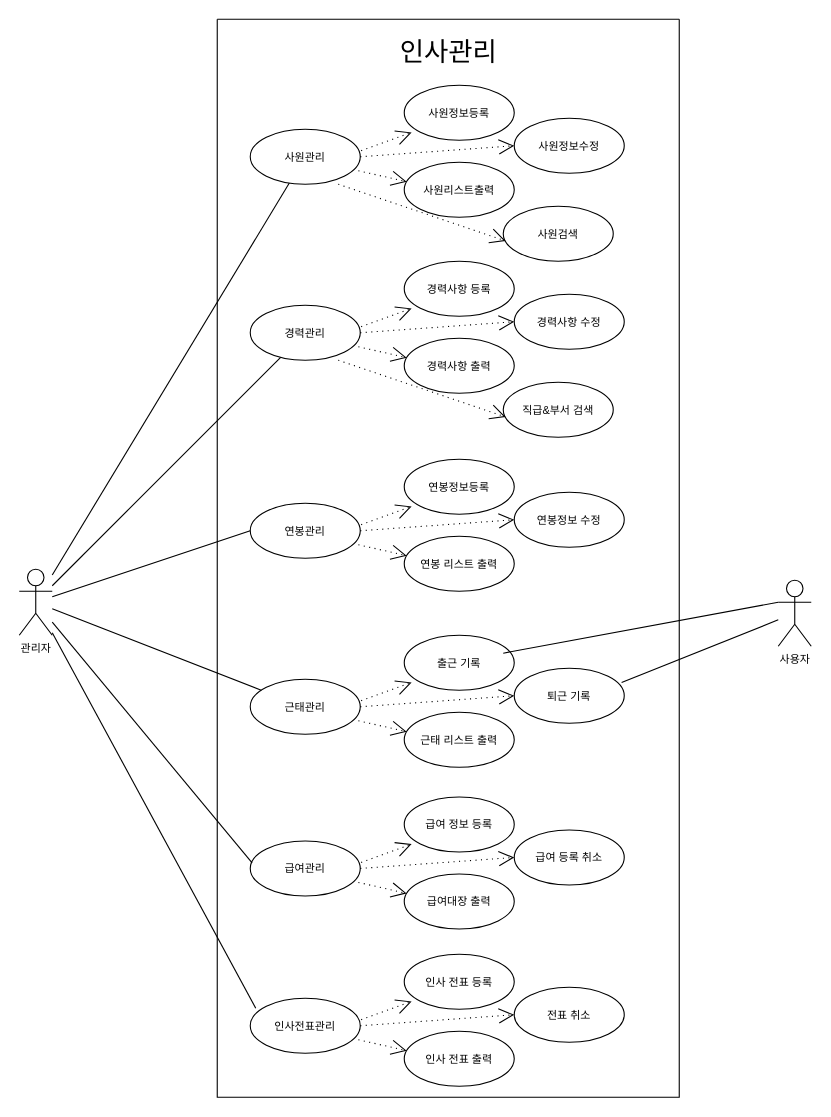
Yeongwookang/SSFMS keeps this draw.io diagram as page "페이지-2" (2 of 2) of 제목 없는 다이어그램.drawio. Above is the earlier version. Source tidied: cells renumbered, new cells numbered last; positions are measured from the earlier drawing's top-left corner, leaving out a move shared by most shapes. Both pictures are drawn from the tidied source at 110%, with x=0, y=0 at pixel (19, 19).
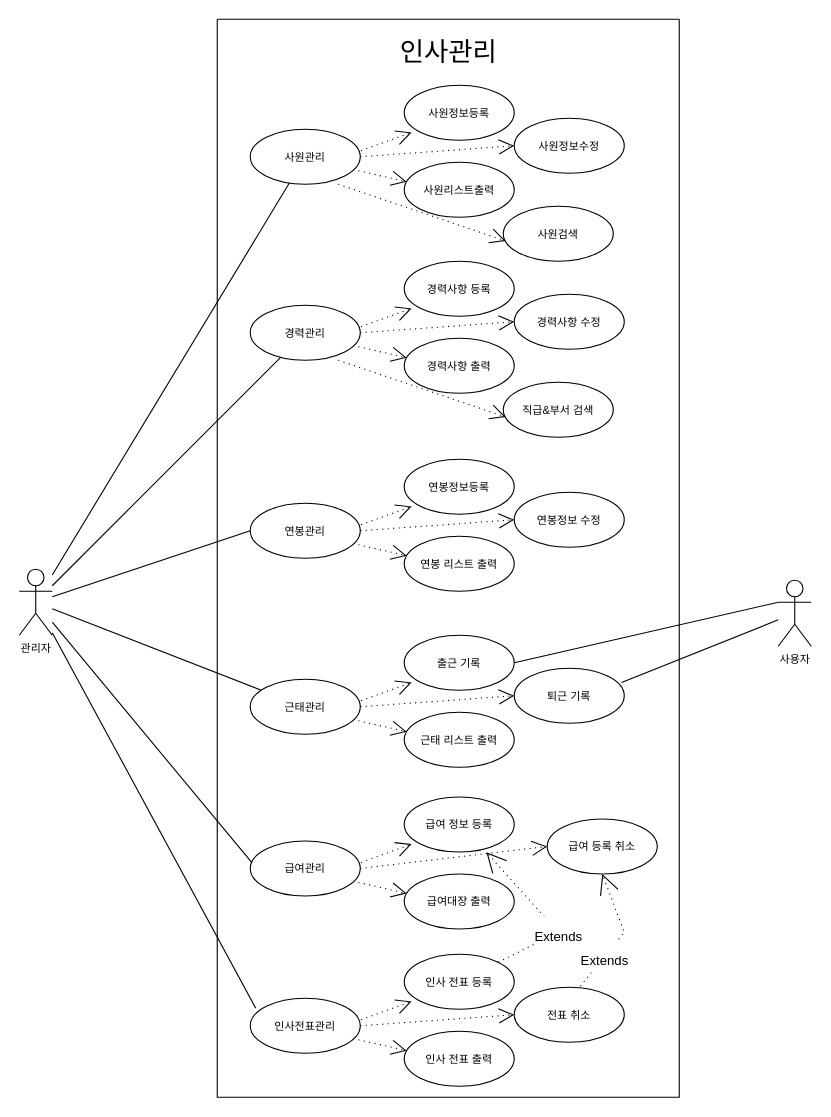
The same diagram, later.

Commit message:
제목 없는 다이어그램.drawio 업데이트

Unchanged cells that the change refers to:
```xml
<mxCell id="3" value="사용자" style="shape=umlActor;verticalLabelPosition=bottom;verticalAlign=top;html=1;outlineConnect=0;fontSize=10;" parent="1" vertex="1">
  <mxGeometry x="690" y="510" width="30" height="60" as="geometry" />
</mxCell>
<mxCell id="4" style="swimlane;startSize=0;fontSize=10;fontStyle=0;" parent="1" vertex="1">
  <mxGeometry x="180" width="420" height="980" as="geometry" />
</mxCell>
<mxCell id="32" value="출근 기록" style="ellipse;whiteSpace=wrap;html=1;fontSize=10;" parent="4" vertex="1">
  <mxGeometry x="170" y="560" width="100" height="50" as="geometry" />
</mxCell>
<mxCell id="39" value="급여 정보 등록" style="ellipse;whiteSpace=wrap;html=1;fontSize=10;" parent="4" vertex="1">
  <mxGeometry x="170" y="707" width="100" height="50" as="geometry" />
</mxCell>
<mxCell id="46" value="인사 전표 등록" style="ellipse;whiteSpace=wrap;html=1;fontSize=10;" parent="4" vertex="1">
  <mxGeometry x="170" y="850" width="100" height="50" as="geometry" />
</mxCell>
<mxCell id="47" value="전표 취소" style="ellipse;whiteSpace=wrap;html=1;fontSize=10;" parent="4" vertex="1">
  <mxGeometry x="270" y="880" width="100" height="50" as="geometry" />
</mxCell>
```

Diff of the diagram source:
```diff
@@
     <mxCell id="40" value="급여 등록 취소" style="ellipse;whiteSpace=wrap;html=1;fontSize=10;" parent="4" vertex="1">
-      <mxGeometry x="270" y="737" width="100" height="50" as="geometry" />
+      <mxGeometry x="300" y="727" width="100" height="50" as="geometry" />
     </mxCell>
@@
-    <mxCell id="52" style="endArrow=none;endFill=0;endSize=12;html=1;rounded=0;entryX=0;entryY=0.3333333333333333;entryDx=0;entryDy=0;entryPerimeter=0;" parent="4" edge="1" target="3">
-      <mxGeometry relative="1" as="geometry">
-        <mxPoint x="260" y="576.3" as="sourcePoint" />
-      </mxGeometry>
-    </mxCell>
+    <mxCell id="60" value="&lt;font style=&quot;font-size: 12px;&quot;&gt;Extends&lt;/font&gt;" style="endArrow=open;endSize=16;endFill=0;html=1;rounded=0;fontSize=24;entryX=0.747;entryY=1.006;entryDx=0;entryDy=0;entryPerimeter=0;dashed=1;dashPattern=1 4;" parent="4" edge="1" source="46" target="39">
+      <mxGeometry x="-0.23" relative="1" as="geometry">
+        <Array as="points">
+          <mxPoint x="310" y="830" />
+        </Array>
+      </mxGeometry>
+    </mxCell>
+    <mxCell id="61" value="&lt;font style=&quot;font-size: 12px;&quot;&gt;Extends&lt;/font&gt;" style="endArrow=open;endSize=16;endFill=0;html=1;rounded=0;fontSize=24;entryX=0.5;entryY=1;entryDx=0;entryDy=0;exitX=0.601;exitY=-0.02;exitDx=0;exitDy=0;exitPerimeter=0;dashed=1;dashPattern=1 4;" parent="4" edge="1" source="47" target="40">
+      <mxGeometry x="-0.42" relative="1" as="geometry">
+        <Array as="points">
+          <mxPoint x="370" y="830" />
+        </Array>
+      </mxGeometry>
+    </mxCell>
@@
+    <mxCell id="52" style="endArrow=none;endFill=0;endSize=12;html=1;rounded=0;entryX=0;entryY=0.3333333333333333;entryDx=0;entryDy=0;entryPerimeter=0;exitX=1;exitY=0.5;exitDx=0;exitDy=0;" parent="1" edge="1" source="32" target="3">
+      <mxGeometry relative="1" as="geometry" />
+    </mxCell>
```
